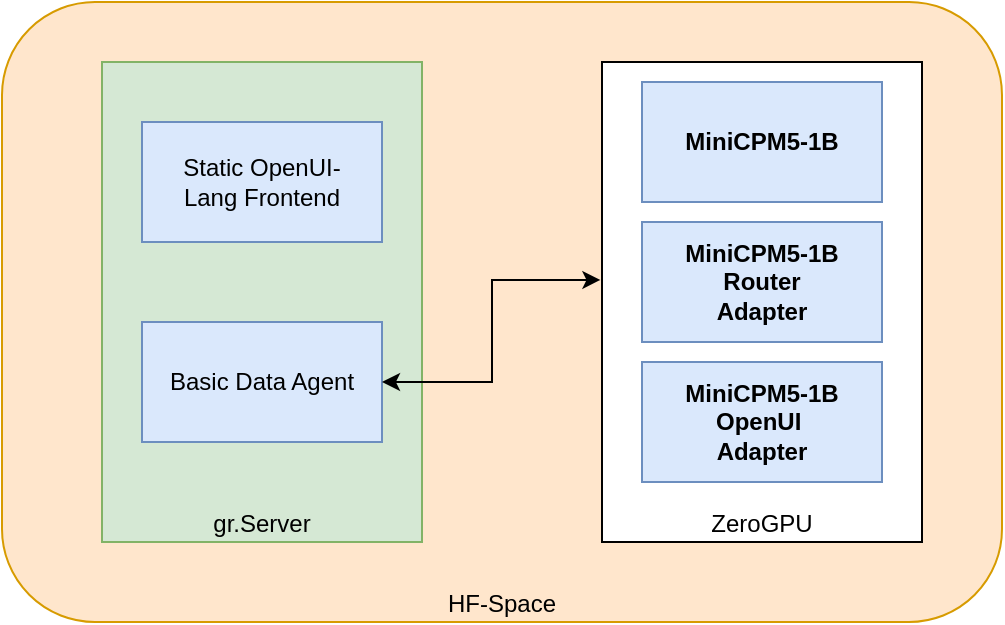
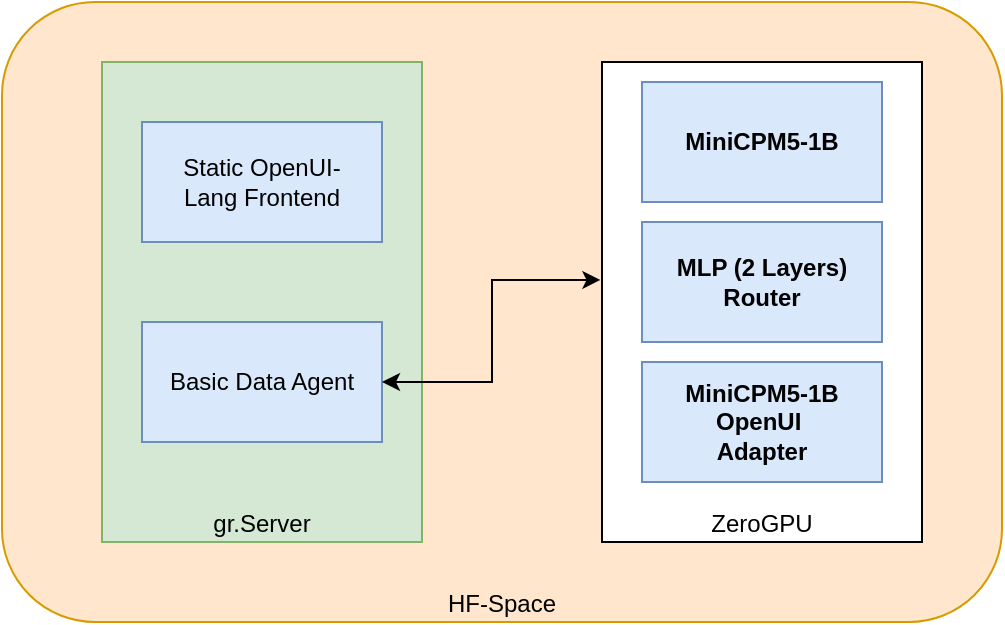
<mxfile host="Electron">
  <diagram name="Seite-1" id="Z_07zFW2PthRbsxnoF9q">
    <mxGraphModel dx="975" dy="580" grid="1" gridSize="10" guides="1" tooltips="1" connect="1" arrows="1" fold="1" page="1" pageScale="1" pageWidth="827" pageHeight="1169" math="0" shadow="0">
      <root>
        <mxCell id="0" />
        <mxCell id="1" parent="0" />
        <mxCell id="dNtx9LtnxsNZWUKO8sMo-1" parent="1" style="rounded=1;whiteSpace=wrap;html=1;fillColor=#ffe6cc;strokeColor=#d79b00;verticalAlign=bottom;" value="HF-Space" vertex="1">
          <mxGeometry height="310" width="500" x="210" y="90" as="geometry" />
        </mxCell>
        <mxCell id="dNtx9LtnxsNZWUKO8sMo-2" parent="1" style="rounded=0;whiteSpace=wrap;html=1;verticalAlign=bottom;fillColor=#d5e8d4;strokeColor=#82b366;" value="gr.Server" vertex="1">
          <mxGeometry height="240" width="160" x="260" y="120" as="geometry" />
        </mxCell>
        <mxCell id="dNtx9LtnxsNZWUKO8sMo-3" parent="1" style="rounded=0;whiteSpace=wrap;html=1;verticalAlign=bottom;" value="ZeroGPU" vertex="1">
          <mxGeometry height="240" width="160" x="510" y="120" as="geometry" />
        </mxCell>
        <mxCell id="dNtx9LtnxsNZWUKO8sMo-4" parent="1" style="rounded=0;whiteSpace=wrap;html=1;fillColor=#dae8fc;strokeColor=#6c8ebf;" value="Static OpenUI-&lt;div&gt;Lang Frontend&lt;/div&gt;" vertex="1">
          <mxGeometry height="60" width="120" x="280" y="150" as="geometry" />
        </mxCell>
        <mxCell id="dNtx9LtnxsNZWUKO8sMo-5" parent="1" style="rounded=0;whiteSpace=wrap;html=1;fillColor=#dae8fc;strokeColor=#6c8ebf;" value="&lt;strong&gt;MiniCPM5-1B&lt;/strong&gt;" vertex="1">
          <mxGeometry height="60" width="120" x="530" y="130" as="geometry" />
        </mxCell>
-         <mxCell id="dNtx9LtnxsNZWUKO8sMo-6" parent="1" style="rounded=0;whiteSpace=wrap;html=1;fillColor=#dae8fc;strokeColor=#6c8ebf;" value="&lt;strong&gt;MiniCPM5-1B&lt;/strong&gt;&lt;div&gt;&lt;strong&gt;Router&lt;/strong&gt;&lt;/div&gt;&lt;div&gt;&lt;strong&gt;Adapter&lt;/strong&gt;&lt;/div&gt;" vertex="1">
+         <mxCell id="dNtx9LtnxsNZWUKO8sMo-6" parent="1" style="rounded=0;whiteSpace=wrap;html=1;fillColor=#dae8fc;strokeColor=#6c8ebf;" value="&lt;b&gt;MLP (2 Layers)&lt;br&gt;Router&lt;/b&gt;" vertex="1">
          <mxGeometry height="60" width="120" x="530" y="200" as="geometry" />
        </mxCell>
        <mxCell id="dNtx9LtnxsNZWUKO8sMo-7" parent="1" style="rounded=0;whiteSpace=wrap;html=1;fillColor=#dae8fc;strokeColor=#6c8ebf;" value="&lt;strong&gt;MiniCPM5-1B&lt;/strong&gt;&lt;div&gt;&lt;strong&gt;OpenUI&amp;nbsp;&lt;/strong&gt;&lt;/div&gt;&lt;div&gt;&lt;strong&gt;Adapter&lt;/strong&gt;&lt;/div&gt;" vertex="1">
          <mxGeometry height="60" width="120" x="530" y="270" as="geometry" />
        </mxCell>
        <mxCell id="dNtx9LtnxsNZWUKO8sMo-8" parent="1" style="rounded=0;whiteSpace=wrap;html=1;fillColor=#dae8fc;strokeColor=#6c8ebf;" value="Basic Data Agent" vertex="1">
          <mxGeometry height="60" width="120" x="280" y="250" as="geometry" />
        </mxCell>
        <mxCell id="dNtx9LtnxsNZWUKO8sMo-9" edge="1" parent="1" source="dNtx9LtnxsNZWUKO8sMo-8" style="edgeStyle=orthogonalEdgeStyle;rounded=0;orthogonalLoop=1;jettySize=auto;html=1;entryX=-0.005;entryY=0.454;entryDx=0;entryDy=0;entryPerimeter=0;startArrow=classic;startFill=1;" target="dNtx9LtnxsNZWUKO8sMo-3">
          <mxGeometry relative="1" as="geometry" />
        </mxCell>
      </root>
    </mxGraphModel>
  </diagram>
</mxfile>
